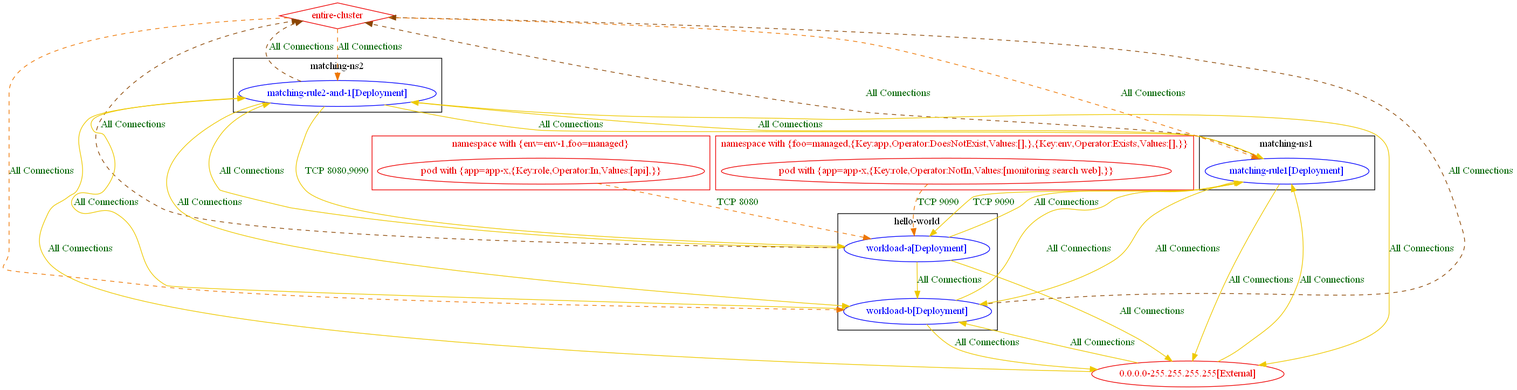
This is test_outputs/connlist/exposure_test_with_different_rules_6_with_matching_pods_exposure_output.dot.png from np-guard/netpol-analyzer, a Graphviz export, as it was before one commit. Its source is kept beside it as test_outputs/connlist/exposure_test_with_different_rules_6_with_matching_pods_exposure_output.dot.
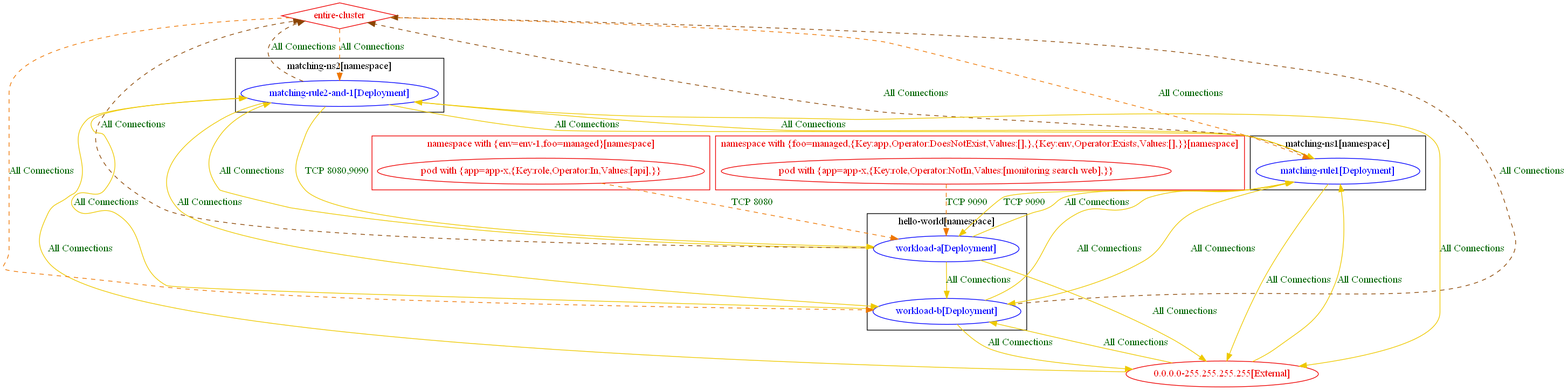
The same diagram one commit later.

What changed in the source:
```diff
@@ -1,34 +1,34 @@
 digraph {
-	subgraph "cluster_hello_world" {
+	subgraph "cluster_hello_world[namespace]" {
 		color="black"
 		fontcolor="black"
 		"hello-world/workload-a[Deployment]" [label="workload-a[Deployment]" color="blue" fontcolor="blue"]
 		"hello-world/workload-b[Deployment]" [label="workload-b[Deployment]" color="blue" fontcolor="blue"]
-		label="hello-world"
+		label="hello-world[namespace]"
 	}
-	subgraph "cluster_matching_ns1" {
+	subgraph "cluster_matching_ns1[namespace]" {
 		color="black"
 		fontcolor="black"
 		"matching-ns1/matching-rule1[Deployment]" [label="matching-rule1[Deployment]" color="blue" fontcolor="blue"]
-		label="matching-ns1"
+		label="matching-ns1[namespace]"
 	}
-	subgraph "cluster_matching_ns2" {
+	subgraph "cluster_matching_ns2[namespace]" {
 		color="black"
 		fontcolor="black"
 		"matching-ns2/matching-rule2-and-1[Deployment]" [label="matching-rule2-and-1[Deployment]" color="blue" fontcolor="blue"]
-		label="matching-ns2"
+		label="matching-ns2[namespace]"
 	}
-	subgraph "cluster_namespace with {env=env_1,foo=managed}" {
+	subgraph "cluster_namespace with {env=env_1,foo=managed}[namespace]" {
 		color="red2"
 		fontcolor="red2"
 		"pod with {app=app-x,{Key:role,Operator:In,Values:[api],}}_in_namespace with {env=env-1,foo=managed}" [label="pod with {app=app-x,{Key:role,Operator:In,Values:[api],}}" color="red2" fontcolor="red2"]
-		label="namespace with {env=env-1,foo=managed}"
+		label="namespace with {env=env-1,foo=managed}[namespace]"
 	}
-	subgraph "cluster_namespace with {foo=managed,{Key:app,Operator:DoesNotExist,Values:[],},{Key:env,Operator:Exists,Values:[],}}" {
+	subgraph "cluster_namespace with {foo=managed,{Key:app,Operator:DoesNotExist,Values:[],},{Key:env,Operator:Exists,Values:[],}}[namespace]" {
 		color="red2"
 		fontcolor="red2"
 		"pod with {app=app-x,{Key:role,Operator:NotIn,Values:[monitoring search web],}}_in_namespace with {foo=managed,{Key:app,Operator:DoesNotExist,Values:[],},{Key:env,Operator:Exists,Values:[],}}" [label="pod with {app=app-x,{Key:role,Operator:NotIn,Values:[monitoring search web],}}" color="red2" fontcolor="red2"]
-		label="namespace with {foo=managed,{Key:app,Operator:DoesNotExist,Values:[],},{Key:env,Operator:Exists,Values:[],}}"
+		label="namespace with {foo=managed,{Key:app,Operator:DoesNotExist,Values:[],},{Key:env,Operator:Exists,Values:[],}}[namespace]"
 	}
 	"0.0.0.0-255.255.255.255[External]" [label="0.0.0.0-255.255.255.255[External]" color="red2" fontcolor="red2"]
 	"entire-cluster" [label="entire-cluster" color="red2" fontcolor="red2" shape=diamond]
```
